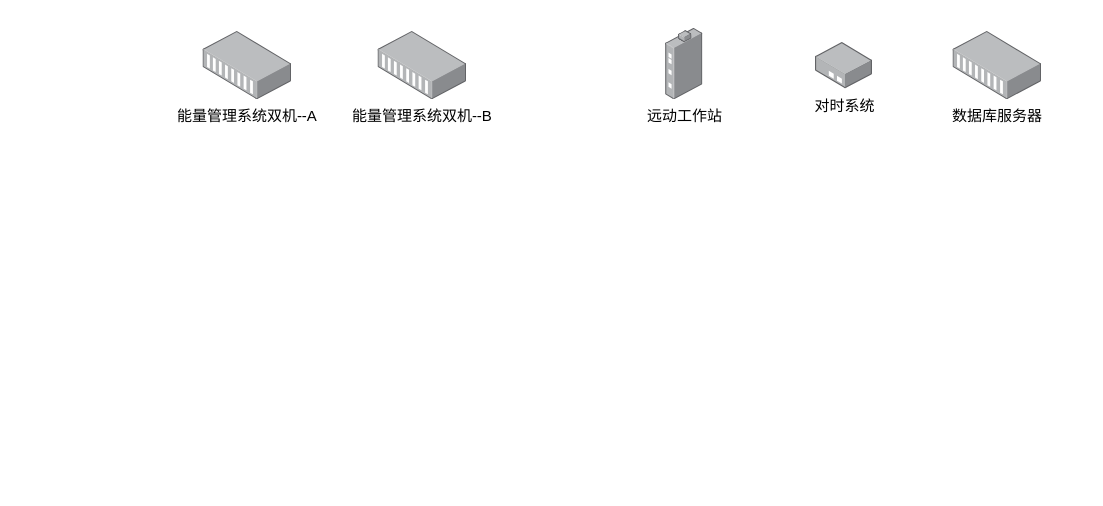
This is ems.drawio from 4yu/funeng, a draw.io file, before an edit. Source tidied: cells renumbered, new cells numbered last; positions are measured from the earlier drawing's top-left corner, leaving out a move shared by most shapes. Both pictures are drawn from the tidied source at 125%, with x=0, y=0 at pixel (202, 28).
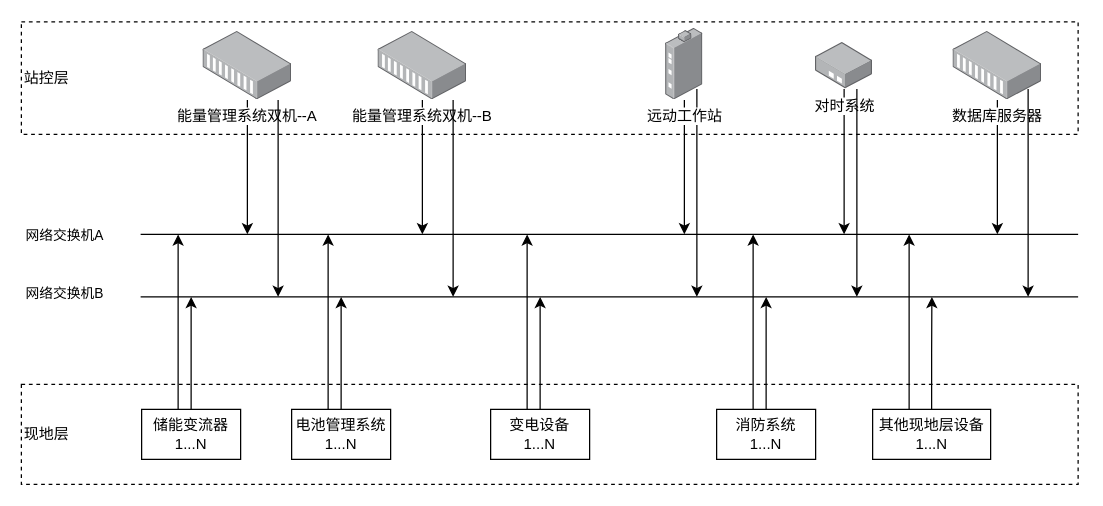
Above is the later version.

The change refers to these unchanged cells:
```xml
<mxCell id="2" value="对时系统" style="image;points=[];html=1;align=center;shadow=0;dashed=0;image=img/lib/allied_telesis/media_converters/Media_Converter_Standalone.svg;" parent="1" vertex="1">
  <mxGeometry x="490" y="11.5" width="45.6" height="37.2" as="geometry" />
</mxCell>
<mxCell id="3" value="能量管理系统双机--A" style="image;points=[];html=1;align=center;shadow=0;dashed=0;image=img/lib/allied_telesis/media_converters/Media_Converter_Modular.svg;" parent="1" vertex="1">
  <mxGeometry y="2.8" width="70.8" height="54.6" as="geometry" />
</mxCell>
<mxCell id="4" value="远动工作站" style="image;points=[];html=1;align=center;shadow=0;dashed=0;image=img/lib/allied_telesis/media_converters/Industrial_Media_Converter.svg;" parent="1" vertex="1">
  <mxGeometry x="370" y="0.4" width="30" height="57" as="geometry" />
</mxCell>
```

Diff of the diagram source:
```diff
@@
+    <mxCell id="7" value="现地层" style="rounded=0;whiteSpace=wrap;html=1;align=left;dashed=1;" parent="1" vertex="1">
+      <mxGeometry x="-145.4" y="285" width="845.4" height="80" as="geometry" />
+    </mxCell>
+    <mxCell id="8" value="站控层" style="rounded=0;whiteSpace=wrap;html=1;align=left;dashed=1;" parent="1" vertex="1">
+      <mxGeometry x="-145.4" y="-5" width="845.4" height="90" as="geometry" />
+    </mxCell>
+    <mxCell id="9" style="edgeStyle=orthogonalEdgeStyle;rounded=0;jettySize=auto;html=1;" parent="1" edge="1" source="2">
+      <mxGeometry relative="1" as="geometry">
+        <mxPoint x="512.8" y="165" as="targetPoint" />
+      </mxGeometry>
+    </mxCell>
@@
+    <mxCell id="10" style="edgeStyle=orthogonalEdgeStyle;rounded=0;jettySize=auto;html=1;" parent="1" edge="1" source="3">
+      <mxGeometry relative="1" as="geometry">
+        <mxPoint x="35.4" y="165" as="targetPoint" />
+      </mxGeometry>
+    </mxCell>
@@
+    <mxCell id="11" style="edgeStyle=orthogonalEdgeStyle;rounded=0;jettySize=auto;html=1;" parent="1" edge="1" source="4">
+      <mxGeometry relative="1" as="geometry">
+        <mxPoint x="385" y="165" as="targetPoint" />
+      </mxGeometry>
+    </mxCell>
+    <mxCell id="12" style="edgeStyle=orthogonalEdgeStyle;rounded=0;jettySize=auto;html=1;" parent="1" edge="1" source="5">
+      <mxGeometry relative="1" as="geometry">
+        <mxPoint x="635.4" y="165" as="targetPoint" />
+      </mxGeometry>
+    </mxCell>
+    <mxCell id="5" value="数据库服务器" style="image;points=[];html=1;align=center;shadow=0;dashed=0;image=img/lib/allied_telesis/media_converters/Media_Converter_Modular.svg;" parent="1" vertex="1">
+      <mxGeometry x="600" y="2.8" width="70.8" height="54.6" as="geometry" />
+    </mxCell>
+    <mxCell id="13" style="edgeStyle=orthogonalEdgeStyle;rounded=0;jettySize=auto;html=1;" parent="1" edge="1" source="6">
+      <mxGeometry relative="1" as="geometry">
+        <mxPoint x="175.4" y="165" as="targetPoint" />
+      </mxGeometry>
+    </mxCell>
+    <mxCell id="6" value="能量管理系统双机--B" style="image;points=[];html=1;align=center;shadow=0;dashed=0;image=img/lib/allied_telesis/media_converters/Media_Converter_Modular.svg;" parent="1" vertex="1">
+      <mxGeometry x="140" y="2.8" width="70.8" height="54.6" as="geometry" />
+    </mxCell>
+    <mxCell id="14" style="endArrow=none;html=1;rounded=0;" parent="1" edge="1">
+      <mxGeometry relative="1" as="geometry">
+        <mxPoint x="-50" y="165" as="sourcePoint" />
+        <mxPoint x="700" y="165" as="targetPoint" />
+      </mxGeometry>
+    </mxCell>
+    <mxCell id="15" value="网络交换机A" style="edgeLabel;html=1;align=center;verticalAlign=middle;" parent="14" vertex="1">
+      <mxGeometry x="-0.66" y="-3" relative="1" as="geometry">
+        <mxPoint x="-189" y="-3" as="offset" />
+      </mxGeometry>
+    </mxCell>
+    <mxCell id="16" style="endArrow=none;html=1;rounded=0;" parent="1" edge="1">
+      <mxGeometry relative="1" as="geometry">
+        <mxPoint x="-50" y="215" as="sourcePoint" />
+        <mxPoint x="700" y="215" as="targetPoint" />
+      </mxGeometry>
+    </mxCell>
+    <mxCell id="17" value="网络交换机B" style="edgeLabel;html=1;align=center;verticalAlign=middle;" parent="16" vertex="1">
+      <mxGeometry x="-0.68" y="4" relative="1" as="geometry">
+        <mxPoint x="-182" as="offset" />
+      </mxGeometry>
+    </mxCell>
+    <mxCell id="18" style="edgeStyle=orthogonalEdgeStyle;rounded=0;orthogonalLoop=1;jettySize=auto;html=1;" parent="1" edge="1">
+      <mxGeometry relative="1" as="geometry">
+        <mxPoint x="60" y="57.4" as="sourcePoint" />
+        <mxPoint x="60" y="215" as="targetPoint" />
+      </mxGeometry>
+    </mxCell>
+    <mxCell id="19" style="edgeStyle=orthogonalEdgeStyle;rounded=0;orthogonalLoop=1;jettySize=auto;html=1;" parent="1" edge="1">
+      <mxGeometry relative="1" as="geometry">
+        <mxPoint x="200" y="57.4" as="sourcePoint" />
+        <mxPoint x="200" y="215" as="targetPoint" />
+      </mxGeometry>
+    </mxCell>
+    <mxCell id="20" style="edgeStyle=orthogonalEdgeStyle;rounded=0;orthogonalLoop=1;jettySize=auto;html=1;" parent="1" edge="1">
+      <mxGeometry relative="1" as="geometry">
+        <mxPoint x="395" y="48.7" as="sourcePoint" />
+        <mxPoint x="395" y="215" as="targetPoint" />
+      </mxGeometry>
+    </mxCell>
@@
-    <mxCell id="5" value="数据库服务器" style="image;points=[];html=1;align=center;shadow=0;dashed=0;image=img/lib/allied_telesis/media_converters/Media_Converter_Modular.svg;" parent="1" vertex="1">
-      <mxGeometry x="600" y="2.8" width="70.8" height="54.6" as="geometry" />
-    </mxCell>
-    <mxCell id="6" value="能量管理系统双机--B" style="image;points=[];html=1;align=center;shadow=0;dashed=0;image=img/lib/allied_telesis/media_converters/Media_Converter_Modular.svg;" parent="1" vertex="1">
-      <mxGeometry x="140" y="2.8" width="70.8" height="54.6" as="geometry" />
-    </mxCell>
+    <mxCell id="21" style="edgeStyle=orthogonalEdgeStyle;rounded=0;orthogonalLoop=1;jettySize=auto;html=1;" parent="1" edge="1">
+      <mxGeometry relative="1" as="geometry">
+        <mxPoint x="523" y="48.7" as="sourcePoint" />
+        <mxPoint x="523" y="215" as="targetPoint" />
+      </mxGeometry>
+    </mxCell>
+    <mxCell id="22" style="edgeStyle=orthogonalEdgeStyle;rounded=0;orthogonalLoop=1;jettySize=auto;html=1;" parent="1" edge="1">
+      <mxGeometry relative="1" as="geometry">
+        <mxPoint x="660" y="48.7" as="sourcePoint" />
+        <mxPoint x="660" y="215" as="targetPoint" />
+      </mxGeometry>
+    </mxCell>
+    <mxCell id="23" style="edgeStyle=orthogonalEdgeStyle;rounded=0;jettySize=auto;html=1;" parent="1" edge="1" source="24">
+      <mxGeometry relative="1" as="geometry">
+        <mxPoint x="-9.6" y="215" as="targetPoint" />
+      </mxGeometry>
+    </mxCell>
+    <mxCell id="24" value="储能变流器1...N" style="rounded=0;whiteSpace=wrap;html=1;" parent="1" vertex="1">
+      <mxGeometry x="-49.2" y="305" width="79.2" height="40" as="geometry" />
+    </mxCell>
+    <mxCell id="25" style="edgeStyle=orthogonalEdgeStyle;rounded=0;orthogonalLoop=1;jettySize=auto;html=1;" parent="1" edge="1">
+      <mxGeometry relative="1" as="geometry">
+        <mxPoint x="-20" y="305" as="sourcePoint" />
+        <mxPoint x="-20" y="165" as="targetPoint" />
+      </mxGeometry>
+    </mxCell>
+    <mxCell id="26" style="edgeStyle=orthogonalEdgeStyle;rounded=0;jettySize=auto;html=1;" parent="1" edge="1" source="27">
+      <mxGeometry relative="1" as="geometry">
+        <mxPoint x="110.4" y="215" as="targetPoint" />
+      </mxGeometry>
+    </mxCell>
+    <mxCell id="27" value="电池管理系统1...N" style="rounded=0;whiteSpace=wrap;html=1;" parent="1" vertex="1">
+      <mxGeometry x="70.8" y="305" width="79.2" height="40" as="geometry" />
+    </mxCell>
+    <mxCell id="28" style="edgeStyle=orthogonalEdgeStyle;rounded=0;orthogonalLoop=1;jettySize=auto;html=1;" parent="1" edge="1">
+      <mxGeometry relative="1" as="geometry">
+        <mxPoint x="100" y="305" as="sourcePoint" />
+        <mxPoint x="100" y="165" as="targetPoint" />
+      </mxGeometry>
+    </mxCell>
+    <mxCell id="29" style="edgeStyle=orthogonalEdgeStyle;rounded=0;jettySize=auto;html=1;" parent="1" edge="1" source="30">
+      <mxGeometry relative="1" as="geometry">
+        <mxPoint x="269.6" y="215" as="targetPoint" />
+      </mxGeometry>
+    </mxCell>
+    <mxCell id="30" value="变电设备&lt;br&gt;1...N" style="rounded=0;whiteSpace=wrap;html=1;" parent="1" vertex="1">
+      <mxGeometry x="230" y="305" width="79.2" height="40" as="geometry" />
+    </mxCell>
+    <mxCell id="31" style="edgeStyle=orthogonalEdgeStyle;rounded=0;orthogonalLoop=1;jettySize=auto;html=1;" parent="1" edge="1">
+      <mxGeometry relative="1" as="geometry">
+        <mxPoint x="259.2" y="305" as="sourcePoint" />
+        <mxPoint x="259.2" y="165" as="targetPoint" />
+      </mxGeometry>
+    </mxCell>
+    <mxCell id="32" style="edgeStyle=orthogonalEdgeStyle;rounded=0;jettySize=auto;html=1;" parent="1" edge="1" source="33">
+      <mxGeometry relative="1" as="geometry">
+        <mxPoint x="450.4" y="215" as="targetPoint" />
+      </mxGeometry>
+    </mxCell>
+    <mxCell id="33" value="消防系统&lt;br&gt;1...N" style="rounded=0;whiteSpace=wrap;html=1;" parent="1" vertex="1">
+      <mxGeometry x="410.8" y="305" width="79.2" height="40" as="geometry" />
+    </mxCell>
+    <mxCell id="34" style="edgeStyle=orthogonalEdgeStyle;rounded=0;orthogonalLoop=1;jettySize=auto;html=1;" parent="1" edge="1">
+      <mxGeometry relative="1" as="geometry">
+        <mxPoint x="440" y="305" as="sourcePoint" />
+        <mxPoint x="440" y="165" as="targetPoint" />
+      </mxGeometry>
+    </mxCell>
+    <mxCell id="35" style="edgeStyle=orthogonalEdgeStyle;rounded=0;jettySize=auto;html=1;" parent="1" edge="1" source="36">
+      <mxGeometry relative="1" as="geometry">
+        <mxPoint x="583" y="215" as="targetPoint" />
+      </mxGeometry>
+    </mxCell>
+    <mxCell id="36" value="其他现地层设备&lt;br&gt;1...N" style="rounded=0;whiteSpace=wrap;html=1;" parent="1" vertex="1">
+      <mxGeometry x="535.6" y="305" width="94.4" height="40" as="geometry" />
+    </mxCell>
+    <mxCell id="37" style="edgeStyle=orthogonalEdgeStyle;rounded=0;orthogonalLoop=1;jettySize=auto;html=1;" parent="1" edge="1">
+      <mxGeometry relative="1" as="geometry">
+        <mxPoint x="564.8" y="305" as="sourcePoint" />
+        <mxPoint x="564.8" y="165" as="targetPoint" />
+      </mxGeometry>
+    </mxCell>
```
